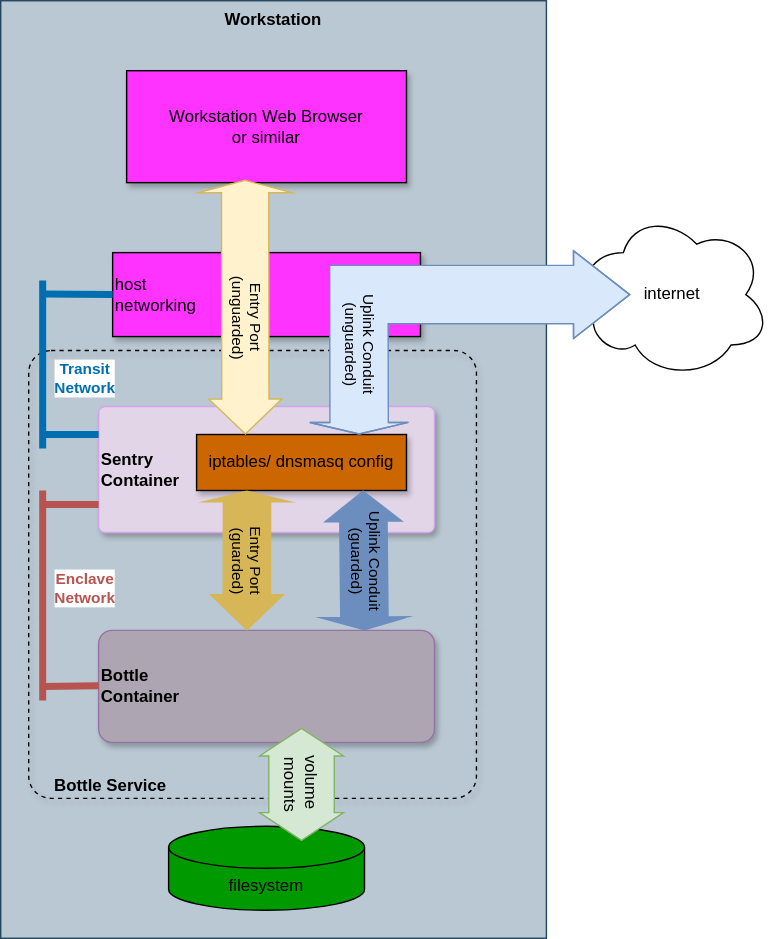
This is rbm-abstract-drawio.svg from scaleinv/recipebottle, a draw.io export, as it was before one commit. Source tidied: cells renumbered, new cells last; positions are measured from the earlier drawing's top-left corner, leaving out a move shared by most shapes.
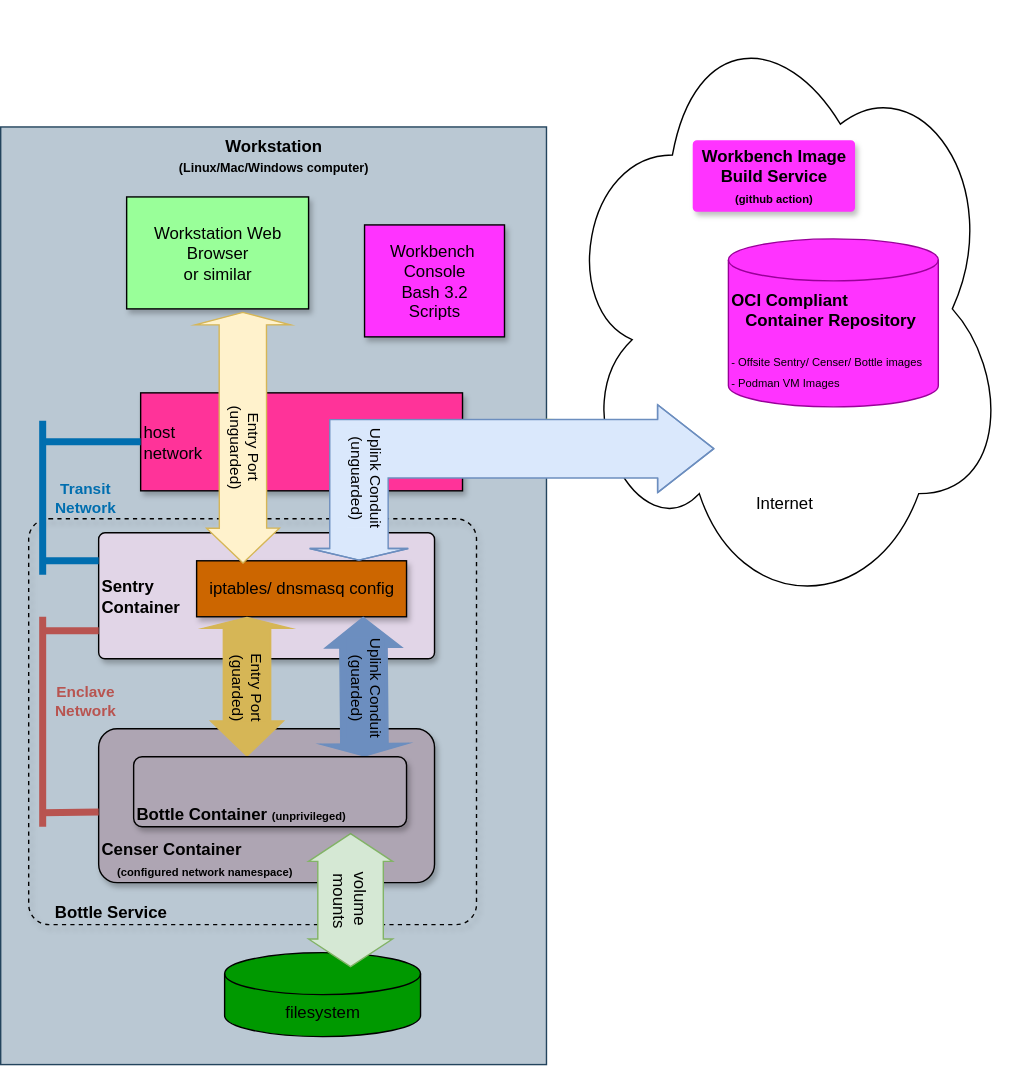
Later version of the same file.

Commit message:
Revised top diagram.

What changed in the source:
```diff
@@ -2,20 +2,20 @@
   <root>
     <mxCell id="0" />
     <mxCell id="1" parent="0" />
-    <mxCell id="2" value="Workstation" style="whiteSpace=wrap;html=1;rounded=0;glass=0;shadow=0;arcSize=5;verticalAlign=top;fillColor=#bac8d3;strokeColor=#23445d;fontStyle=1;" parent="1" vertex="1">
+    <mxCell id="2" value="Workstation&lt;div&gt;&lt;font style=&quot;font-size: 9px;&quot;&gt;(Linux/Mac/Windows computer)&lt;/font&gt;&lt;/div&gt;" style="whiteSpace=wrap;html=1;rounded=0;glass=0;shadow=0;arcSize=5;verticalAlign=top;fillColor=#bac8d3;strokeColor=#23445d;fontStyle=1;fontColor=#000000;" parent="1" vertex="1">
       <mxGeometry width="390" height="670" as="geometry" />
     </mxCell>
-    <mxCell id="3" value="&lt;b&gt;&amp;nbsp; &amp;nbsp; &amp;nbsp;Bottle Service&lt;/b&gt;" style="whiteSpace=wrap;html=1;rounded=1;glass=0;shadow=1;arcSize=5;fillColor=none;dashed=1;align=left;verticalAlign=bottom;" parent="1" vertex="1">
-      <mxGeometry x="20" y="250" width="320" height="320" as="geometry" />
+    <mxCell id="3" value="&lt;b&gt;&amp;nbsp; &amp;nbsp; &amp;nbsp;Bottle Service&lt;/b&gt;" style="whiteSpace=wrap;html=1;rounded=1;glass=0;shadow=1;arcSize=5;fillColor=none;dashed=1;align=left;verticalAlign=bottom;fontColor=#000000;strokeColor=#000000;" parent="1" vertex="1">
+      <mxGeometry x="20" y="280" width="320" height="290" as="geometry" />
     </mxCell>
-    <mxCell id="4" value="Sentry&lt;div&gt;Container&lt;/div&gt;" style="whiteSpace=wrap;html=1;rounded=1;glass=0;shadow=1;arcSize=5;verticalAlign=middle;align=left;fillColor=#e1d5e7;strokeColor=#D4A3EB;fontStyle=1;" parent="1" vertex="1">
+    <mxCell id="4" value="Sentry&lt;div&gt;Container&lt;/div&gt;" style="whiteSpace=wrap;html=1;rounded=1;glass=0;shadow=1;arcSize=5;verticalAlign=middle;align=left;fillColor=#e1d5e7;strokeColor=#000000;fontStyle=1;fontColor=#000000;" parent="1" vertex="1">
       <mxGeometry x="70" y="290" width="240" height="90" as="geometry" />
     </mxCell>
-    <mxCell id="5" value="Bottle&lt;div&gt;Container&lt;/div&gt;" style="whiteSpace=wrap;html=1;rounded=1;glass=0;shadow=1;arcSize=12;align=left;verticalAlign=middle;fillColor=#AEA5B3;strokeColor=#9673a6;fontStyle=1;" parent="1" vertex="1">
-      <mxGeometry x="70" y="450" width="240" height="80" as="geometry" />
+    <mxCell id="5" value="&lt;font style=&quot;color: rgb(0, 0, 0);&quot;&gt;Censer Container&lt;/font&gt;&lt;div&gt;&lt;font style=&quot;font-size: 8px;&quot; color=&quot;#000000&quot;&gt;&amp;nbsp; &amp;nbsp; &amp;nbsp;(configured network namespace)&lt;/font&gt;&lt;/div&gt;" style="whiteSpace=wrap;html=1;rounded=1;glass=0;shadow=1;arcSize=12;align=left;verticalAlign=bottom;fillColor=light-dark(#AEA5B3, #e1d5e7);strokeColor=#000000;fontStyle=1;fontColor=#000000;" parent="1" vertex="1">
+      <mxGeometry x="70" y="430" width="240" height="110" as="geometry" />
     </mxCell>
-    <mxCell id="6" value="Enclave&lt;div&gt;Network&lt;/div&gt;" style="edgeStyle=none;orthogonalLoop=1;jettySize=auto;html=1;rounded=0;endArrow=none;endFill=0;fillColor=#f8cecc;strokeColor=#b85450;strokeWidth=5;fontColor=#B85450;fontStyle=1;" parent="1" edge="1">
-      <mxGeometry x="0.07" y="-30" relative="1" as="geometry">
+    <mxCell id="6" value="Enclave&lt;div&gt;Network&lt;/div&gt;" style="edgeStyle=none;orthogonalLoop=1;jettySize=auto;html=1;rounded=0;endArrow=none;endFill=0;fillColor=#f8cecc;strokeColor=#b85450;strokeWidth=5;fontColor=#B85450;fontStyle=1;labelBackgroundColor=none;" parent="1" edge="1">
+      <mxGeometry x="0.2" y="-30" relative="1" as="geometry">
         <mxPoint x="30" y="500" as="sourcePoint" />
         <mxPoint x="30" y="350" as="targetPoint" />
       </mxGeometry>
@@ -32,8 +32,8 @@
         <mxPoint x="70" y="489.5" as="targetPoint" />
       </mxGeometry>
     </mxCell>
-    <mxCell id="9" value="host&lt;div&gt;networking&lt;/div&gt;" style="whiteSpace=wrap;html=1;rounded=0;glass=0;shadow=1;arcSize=5;align=left;verticalAlign=middle;fillColor=#FF33FF;" parent="1" vertex="1">
-      <mxGeometry x="80" y="180" width="220" height="60" as="geometry" />
+    <mxCell id="9" value="host&lt;div&gt;network&lt;/div&gt;" style="whiteSpace=wrap;html=1;rounded=0;glass=0;shadow=1;arcSize=5;align=left;verticalAlign=middle;fillColor=#FF3399;strokeColor=#000000;fontColor=#000000;" parent="1" vertex="1">
+      <mxGeometry x="100" y="190" width="230" height="70" as="geometry" />
     </mxCell>
     <mxCell id="10" style="edgeStyle=none;orthogonalLoop=1;jettySize=auto;html=1;rounded=0;endArrow=none;endFill=0;fillColor=#1ba1e2;strokeColor=#006EAF;strokeWidth=5;" parent="1" edge="1">
       <mxGeometry relative="1" as="geometry">
@@ -41,62 +41,76 @@
         <mxPoint x="70" y="310" as="targetPoint" />
       </mxGeometry>
     </mxCell>
-    <mxCell id="11" value="Transit&lt;div&gt;Network&lt;/div&gt;" style="edgeStyle=none;orthogonalLoop=1;jettySize=auto;html=1;rounded=0;endArrow=none;endFill=0;fillColor=#1ba1e2;strokeColor=#006EAF;strokeWidth=5;fontColor=#006EAF;align=center;fontStyle=1;" parent="1" edge="1">
-      <mxGeometry x="-0.17" y="-30" relative="1" as="geometry">
+    <mxCell id="11" value="Transit&lt;div&gt;Network&lt;/div&gt;" style="edgeStyle=none;orthogonalLoop=1;jettySize=auto;html=1;rounded=0;endArrow=none;endFill=0;fillColor=#1ba1e2;strokeColor=#006EAF;strokeWidth=5;fontColor=#006EAF;align=center;fontStyle=1;labelBackgroundColor=none;" parent="1" edge="1">
+      <mxGeometry y="-30" relative="1" as="geometry">
         <mxPoint x="30" y="320" as="sourcePoint" />
-        <mxPoint x="30" y="200" as="targetPoint" />
+        <mxPoint x="30" y="210" as="targetPoint" />
       </mxGeometry>
     </mxCell>
-    <mxCell id="12" value="Workstation Web Browser&lt;div&gt;or similar&lt;/div&gt;" style="whiteSpace=wrap;html=1;rounded=0;glass=0;shadow=1;arcSize=5;fillColor=#FF33FF;" parent="1" vertex="1">
-      <mxGeometry x="90" y="50" width="200" height="80" as="geometry" />
+    <mxCell id="12" value="Workstation Web Browser&lt;div&gt;or similar&lt;/div&gt;" style="whiteSpace=wrap;html=1;rounded=0;glass=0;shadow=1;arcSize=5;fillColor=#99FF99;strokeColor=#000000;fontColor=#000000;" parent="1" vertex="1">
+      <mxGeometry x="90" y="50" width="130" height="80" as="geometry" />
     </mxCell>
-    <mxCell id="13" style="edgeStyle=none;jettySize=auto;html=1;rounded=0;endArrow=none;endFill=0;entryX=1;entryY=0.5;entryDx=0;entryDy=0;exitX=0.103;exitY=0.501;exitDx=0;exitDy=0;exitPerimeter=0;fillColor=#fff2cc;strokeColor=#FFFF33;" parent="1" edge="1" source="18" target="9">
+    <mxCell id="13" style="edgeStyle=none;jettySize=auto;html=1;rounded=0;endArrow=none;endFill=0;entryX=1;entryY=0.5;entryDx=0;entryDy=0;exitX=0.103;exitY=0.501;exitDx=0;exitDy=0;exitPerimeter=0;fillColor=#fff2cc;strokeColor=#FFFF33;" parent="1" edge="1" target="9">
       <mxGeometry relative="1" as="geometry">
+        <mxPoint x="430.6" y="210.1" as="sourcePoint" />
         <Array as="points">
           <mxPoint x="390" y="209" />
         </Array>
       </mxGeometry>
     </mxCell>
-    <mxCell id="14" value="iptables/ dnsmasq config" style="whiteSpace=wrap;html=1;rounded=0;glass=0;shadow=1;arcSize=5;fillColor=#CC6600;" parent="1" vertex="1">
+    <mxCell id="14" value="iptables/ dnsmasq config" style="whiteSpace=wrap;html=1;rounded=0;glass=0;shadow=1;arcSize=5;fillColor=#CC6600;strokeColor=#000000;fontColor=#000000;" parent="1" vertex="1">
       <mxGeometry x="140" y="310" width="150" height="40" as="geometry" />
     </mxCell>
     <mxCell id="15" style="edgeStyle=none;jettySize=auto;html=1;rounded=0;endArrow=none;endFill=0;fillColor=#1ba1e2;strokeColor=#006EAF;strokeWidth=5;entryX=0;entryY=0.5;entryDx=0;entryDy=0;" parent="1" edge="1" target="9">
       <mxGeometry relative="1" as="geometry">
-        <mxPoint x="30" y="209.6" as="sourcePoint" />
+        <mxPoint x="30" y="225" as="sourcePoint" />
       </mxGeometry>
     </mxCell>
-    <mxCell id="16" value="filesystem" style="shape=cylinder3;whiteSpace=wrap;html=1;boundedLbl=1;backgroundOutline=1;size=15;fillColor=#009900;" parent="1" vertex="1">
-      <mxGeometry x="120" y="590" width="140" height="60" as="geometry" />
+    <mxCell id="16" value="filesystem" style="shape=cylinder3;whiteSpace=wrap;html=1;boundedLbl=1;backgroundOutline=1;size=15;fillColor=#009900;fontColor=#000000;strokeColor=#000000;" parent="1" vertex="1">
+      <mxGeometry x="160" y="590" width="140" height="60" as="geometry" />
     </mxCell>
-    <mxCell id="17" value="Entry Port&lt;div&gt;(guarded)&lt;/div&gt;" style="shape=flexArrow;endArrow=classic;startArrow=classic;html=1;rounded=0;width=33.80952380952381;endSize=7.9904761904761905;startSize=2.223809523809524;endWidth=17.24137931034483;textDirection=vertical-rl;fillColor=#D6B656;strokeColor=#d6b656;labelBackgroundColor=#D6B656;startWidth=27.233560090702948;" parent="1" edge="1">
+    <mxCell id="17" value="Entry Port&lt;div&gt;(guarded)&lt;/div&gt;" style="shape=flexArrow;endArrow=classic;startArrow=classic;html=1;rounded=0;width=33.80952380952381;endSize=7.9904761904761905;startSize=2.223809523809524;endWidth=17.24137931034483;textDirection=vertical-rl;fillColor=#D6B656;strokeColor=#d6b656;labelBackgroundColor=#D6B656;startWidth=27.233560090702948;fontColor=#000000;" parent="1" edge="1">
       <mxGeometry x="1" y="-1" relative="1" as="geometry">
         <mxPoint x="176" y="350" as="sourcePoint" />
         <mxPoint x="176" y="450" as="targetPoint" />
       </mxGeometry>
     </mxCell>
-    <mxCell id="18" value="internet" style="ellipse;shape=cloud;whiteSpace=wrap;html=1;" parent="1" vertex="1">
-      <mxGeometry x="410" y="150" width="140" height="120" as="geometry" />
-    </mxCell>
-    <mxCell id="19" value="Uplink Conduit&lt;div&gt;(guarded)&lt;/div&gt;" style="shape=flexArrow;endArrow=classic;startArrow=classic;html=1;rounded=0;width=33.80952380952381;endSize=2.623809523809524;startSize=6.852380952380952;endWidth=28.185941043083897;textDirection=vertical-rl;fillColor=#6C8EBF;strokeColor=#6c8ebf;labelBackgroundColor=#6C8EBF;" parent="1" edge="1">
+    <mxCell id="19" value="Uplink Conduit&lt;div&gt;(guarded)&lt;/div&gt;" style="shape=flexArrow;endArrow=classic;startArrow=classic;html=1;rounded=0;width=33.80952380952381;endSize=2.623809523809524;startSize=6.852380952380952;endWidth=28.185941043083897;textDirection=vertical-rl;fillColor=#6C8EBF;strokeColor=#6c8ebf;labelBackgroundColor=#6C8EBF;fontColor=#000000;" parent="1" edge="1">
       <mxGeometry x="1" relative="1" as="geometry">
         <mxPoint x="259" y="350" as="sourcePoint" />
         <mxPoint x="260" y="450" as="targetPoint" />
       </mxGeometry>
     </mxCell>
-    <mxCell id="20" value="volume&amp;nbsp;&lt;div&gt;mounts&lt;/div&gt;" style="html=1;shadow=0;dashed=0;align=center;verticalAlign=middle;shape=mxgraph.arrows2.twoWayArrow;dy=0.22;dx=19.76;fillColor=#d5e8d4;strokeColor=#82b366;rotation=90;" parent="1" vertex="1">
-      <mxGeometry x="175" y="530" width="80" height="60" as="geometry" />
+    <mxCell id="20" value="volume&amp;nbsp;&lt;div&gt;mounts&lt;/div&gt;" style="html=1;shadow=0;dashed=0;align=center;verticalAlign=middle;shape=mxgraph.arrows2.twoWayArrow;dy=0.22;dx=19.76;fillColor=#d5e8d4;strokeColor=#82b366;rotation=90;fontColor=#000000;" parent="1" vertex="1">
+      <mxGeometry x="202.5" y="522.5" width="95" height="60" as="geometry" />
     </mxCell>
+    <mxCell id="22" value="Entry Port&lt;div&gt;(unguarded)&lt;/div&gt;" style="shape=flexArrow;endArrow=classic;startArrow=classic;html=1;rounded=0;width=33.80952380952381;endSize=7.9904761904761905;startSize=2.6333333333333333;endWidth=17.24137931034483;textDirection=vertical-rl;fillColor=#fff2cc;strokeColor=#d6b656;labelBackgroundColor=#FFF2CC;entryX=0.221;entryY=0.054;entryDx=0;entryDy=0;entryPerimeter=0;startWidth=32.94784580498866;fontColor=#000000;" parent="1" edge="1" target="14">
+      <mxGeometry x="0.62" relative="1" as="geometry">
+        <mxPoint x="173" y="132" as="sourcePoint" />
+      </mxGeometry>
+    </mxCell>
+    <mxCell id="23" value="Bottle Container&amp;nbsp;&lt;span style=&quot;font-size: 8px; background-color: transparent;&quot;&gt;(unprivileged)&lt;/span&gt;" style="whiteSpace=wrap;html=1;rounded=1;glass=0;shadow=1;arcSize=12;align=left;verticalAlign=bottom;fillColor=#AEA5B3;strokeColor=#000000;fontStyle=1;fontColor=#000000;" parent="1" vertex="1">
+      <mxGeometry x="95" y="450" width="195" height="50" as="geometry" />
+    </mxCell>
+    <mxCell id="24" value="&lt;div&gt;&lt;span style=&quot;background-color: transparent; color: light-dark(rgb(0, 0, 0), rgb(255, 255, 255));&quot;&gt;Internet&lt;/span&gt;&lt;/div&gt;&lt;div&gt;&lt;span style=&quot;background-color: transparent; color: light-dark(rgb(0, 0, 0), rgb(255, 255, 255));&quot;&gt;&lt;br&gt;&lt;/span&gt;&lt;/div&gt;&lt;div&gt;&lt;span style=&quot;background-color: transparent; color: light-dark(rgb(0, 0, 0), rgb(255, 255, 255));&quot;&gt;&lt;br&gt;&lt;/span&gt;&lt;/div&gt;&lt;div&gt;&lt;span style=&quot;background-color: transparent; color: light-dark(rgb(0, 0, 0), rgb(255, 255, 255));&quot;&gt;&lt;br&gt;&lt;/span&gt;&lt;/div&gt;&lt;div&gt;&lt;span style=&quot;background-color: transparent; color: light-dark(rgb(0, 0, 0), rgb(255, 255, 255));&quot;&gt;&lt;br&gt;&lt;/span&gt;&lt;/div&gt;&lt;div&gt;&lt;span style=&quot;background-color: transparent; color: light-dark(rgb(0, 0, 0), rgb(255, 255, 255));&quot;&gt;&lt;br&gt;&lt;/span&gt;&lt;/div&gt;" style="ellipse;shape=cloud;whiteSpace=wrap;html=1;verticalAlign=bottom;" parent="1" vertex="1">
+      <mxGeometry x="400" y="-90" width="320" height="440" as="geometry" />
+    </mxCell>
-    <mxCell id="21" value="Uplink Conduit&lt;div&gt;(unguarded)&lt;/div&gt;" style="shape=flexArrow;endArrow=classic;startArrow=classic;html=1;rounded=0;width=41.714285714285715;endSize=2.4238095238095236;startSize=13.060606060606062;endWidth=27.755102040816325;textDirection=vertical-rl;fillColor=#dae8fc;strokeColor=#6c8ebf;labelBackgroundColor=#DAE8FC;entryX=0.738;entryY=0.188;entryDx=0;entryDy=0;entryPerimeter=0;exitX=0.286;exitY=0.5;exitDx=0;exitDy=0;exitPerimeter=0;" parent="1" edge="1" source="18" target="3">
-      <mxGeometry x="0.89" relative="1" as="geometry">
+    <mxCell id="21" value="Uplink Conduit&lt;div&gt;(unguarded)&lt;/div&gt;" style="shape=flexArrow;endArrow=classic;startArrow=classic;html=1;rounded=0;width=41.714285714285715;endSize=2.4238095238095236;startSize=13.060606060606062;endWidth=27.755102040816325;textDirection=vertical-rl;fillColor=#dae8fc;strokeColor=#6c8ebf;labelBackgroundColor=#DAE8FC;exitX=0.344;exitY=0.727;exitDx=0;exitDy=0;exitPerimeter=0;fontColor=#000000;" parent="1" edge="1" source="24">
+      <mxGeometry x="0.94" y="4" relative="1" as="geometry">
+        <mxPoint x="256" y="310" as="targetPoint" />
         <Array as="points">
-          <mxPoint x="256" y="210" />
+          <mxPoint x="256" y="230" />
         </Array>
       </mxGeometry>
     </mxCell>
-    <mxCell id="22" value="Entry Port&lt;div&gt;(unguarded)&lt;/div&gt;" style="shape=flexArrow;endArrow=classic;startArrow=classic;html=1;rounded=0;width=33.80952380952381;endSize=7.9904761904761905;startSize=2.6333333333333333;endWidth=17.24137931034483;textDirection=vertical-rl;exitX=0.281;exitY=0.973;exitDx=0;exitDy=0;exitPerimeter=0;fillColor=#fff2cc;strokeColor=#d6b656;labelBackgroundColor=#FFF2CC;entryX=0.484;entryY=0.188;entryDx=0;entryDy=0;entryPerimeter=0;startWidth=32.94784580498866;" parent="1" edge="1" target="3">
-      <mxGeometry x="0.62" relative="1" as="geometry">
-        <mxPoint x="174.7" y="127.8" as="sourcePoint" />
-      </mxGeometry>
-    </mxCell>
+    <mxCell id="25" value="&lt;b&gt;OCI Compliant&amp;nbsp;&lt;/b&gt;&lt;div&gt;&lt;b&gt;&amp;nbsp; &amp;nbsp;Container Repository&lt;br&gt;&lt;/b&gt;&lt;br&gt;&lt;font style=&quot;font-size: 8px;&quot;&gt;- Offsite Sentry/ Censer/ Bottle images&lt;/font&gt;&lt;div&gt;&lt;font style=&quot;font-size: 8px;&quot;&gt;- Podman VM Images&lt;/font&gt;&lt;/div&gt;&lt;/div&gt;" style="shape=cylinder3;whiteSpace=wrap;html=1;boundedLbl=1;backgroundOutline=1;size=15;fillColor=light-dark(#FF33FF, #e1d5e7);fontColor=#000000;strokeColor=#990099;verticalAlign=top;align=left;" parent="1" vertex="1">
+      <mxGeometry x="520" y="80" width="150" height="120" as="geometry" />
+    </mxCell>
+    <mxCell id="26" value="Workbench&amp;nbsp;&lt;div&gt;Console&lt;/div&gt;&lt;div&gt;Bash 3.2&lt;/div&gt;&lt;div&gt;Scripts&lt;/div&gt;" style="whiteSpace=wrap;html=1;rounded=0;glass=0;shadow=1;arcSize=5;fillColor=#FF33FF;strokeColor=#000000;fontColor=#000000;" parent="1" vertex="1">
+      <mxGeometry x="260" y="70" width="100" height="80" as="geometry" />
+    </mxCell>
+    <mxCell id="27" value="Workbench&amp;nbsp;&lt;span style=&quot;background-color: transparent;&quot;&gt;Image Build Service&lt;/span&gt;&lt;div&gt;&lt;span style=&quot;background-color: transparent;&quot;&gt;&lt;font style=&quot;font-size: 8px;&quot;&gt;(github action)&lt;/font&gt;&lt;/span&gt;&lt;/div&gt;" style="whiteSpace=wrap;html=1;rounded=1;glass=0;shadow=1;arcSize=5;verticalAlign=middle;align=center;fillColor=#FF33FF;strokeColor=#FF33FF;fontStyle=1;fontColor=#000000;" parent="1" vertex="1">
+      <mxGeometry x="495" y="10" width="115" height="50" as="geometry" />
+    </mxCell>
   </root>
 </mxGraphModel>
```
